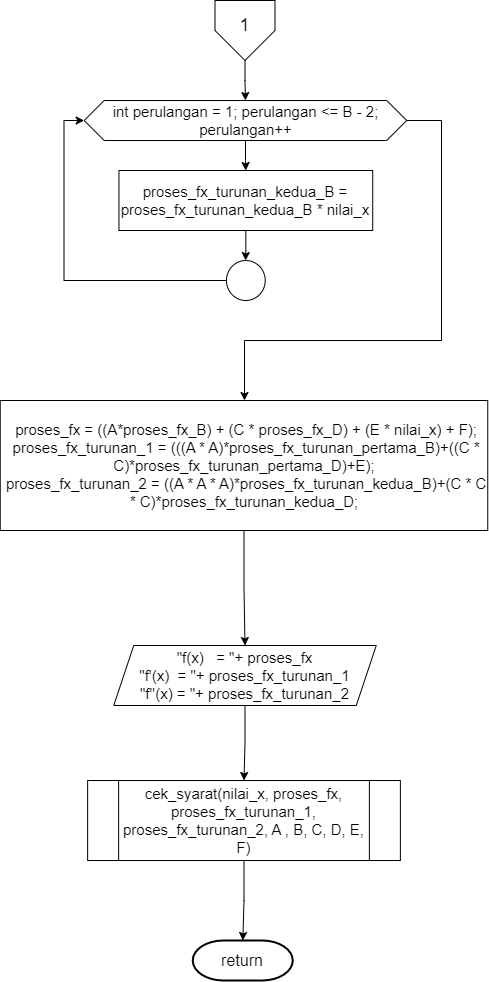
The draw.io diagram Page/page 3.png in indyadirak/algoritma-newton-raptor, before a commit. Source tidied: cells renumbered, new cells last; positions are measured from the earlier drawing's top-left corner, leaving out a move shared by most shapes.
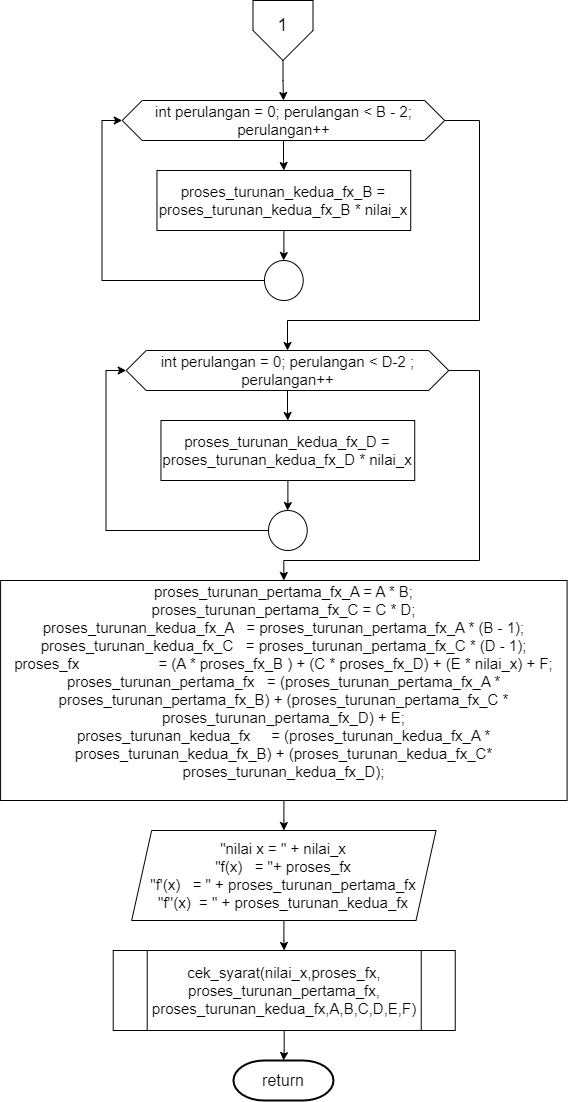
Above is the later version.

What changed in the source:
```diff
@@ -14,16 +14,16 @@
     <mxCell id="5" style="edgeStyle=orthogonalEdgeStyle;rounded=0;jettySize=auto;html=1;" parent="1" edge="1" source="7" target="9">
       <mxGeometry relative="1" as="geometry" />
     </mxCell>
-    <mxCell id="6" style="edgeStyle=orthogonalEdgeStyle;rounded=0;jettySize=auto;html=1;" parent="1" edge="1" source="7" target="13">
+    <mxCell id="6" style="edgeStyle=orthogonalEdgeStyle;rounded=0;jettySize=auto;html=1;fontSize=15;" parent="1" edge="1" source="7" target="21">
       <mxGeometry relative="1" as="geometry">
         <Array as="points">
           <mxPoint x="441" y="120" />
-          <mxPoint x="441" y="340" />
-          <mxPoint x="244" y="340" />
+          <mxPoint x="441" y="320" />
+          <mxPoint x="249" y="320" />
         </Array>
       </mxGeometry>
     </mxCell>
-    <mxCell id="7" value="&lt;span style=&quot;font-size: 15px;&quot;&gt;int perulangan = 1; perulangan &amp;lt;= B - 2; perulangan++&lt;/span&gt;" style="shape=hexagon;perimeter=hexagonPerimeter2;whiteSpace=wrap;html=1;fixedSize=1;fontSize=15;" parent="1" vertex="1">
+    <mxCell id="7" value="&lt;span style=&quot;font-size: 15px;&quot;&gt;int perulangan = 0; perulangan &amp;lt; B - 2; perulangan++&lt;/span&gt;" style="shape=hexagon;perimeter=hexagonPerimeter2;whiteSpace=wrap;html=1;fixedSize=1;fontSize=15;" parent="1" vertex="1">
       <mxGeometry x="83.7" y="100" width="322.5" height="40" as="geometry" />
     </mxCell>
     <mxCell id="8" style="edgeStyle=orthogonalEdgeStyle;rounded=0;jettySize=auto;html=1;" parent="1" edge="1" source="9">
@@ -31,7 +31,7 @@
         <mxPoint x="245.1" y="260" as="targetPoint" />
       </mxGeometry>
     </mxCell>
-    <mxCell id="9" value="&lt;span style=&quot;font-size: 15px;&quot;&gt;proses_fx_turunan_kedua_B = proses_fx_turunan_kedua_B * nilai_x&lt;/span&gt;" style="whiteSpace=wrap;html=1;fontSize=15;" parent="1" vertex="1">
+    <mxCell id="9" value="&lt;span style=&quot;font-size: 15px;&quot;&gt;proses_turunan_kedua_fx_B = proses_turunan_kedua_fx_B * nilai_x&lt;/span&gt;" style="whiteSpace=wrap;html=1;fontSize=15;" parent="1" vertex="1">
       <mxGeometry x="118.5" y="170" width="253.8" height="60" as="geometry" />
     </mxCell>
     <mxCell id="10" style="edgeStyle=orthogonalEdgeStyle;rounded=0;jettySize=auto;html=1;entryX=0;entryY=0.5;entryDx=0;entryDy=0;" parent="1" edge="1" target="7">
@@ -49,23 +49,58 @@
     <mxCell id="12" style="edgeStyle=orthogonalEdgeStyle;rounded=0;jettySize=auto;html=1;" parent="1" edge="1" source="13" target="15">
       <mxGeometry relative="1" as="geometry" />
     </mxCell>
-    <mxCell id="13" value="&lt;div&gt;&lt;span style=&quot;font-size: 15px;&quot;&gt;&amp;nbsp;proses_fx = ((A*proses_fx_B) + (C * proses_fx_D) + (E * nilai_x) + F);&lt;/span&gt;&lt;/div&gt;&lt;div&gt;&lt;span style=&quot;font-size: 15px;&quot;&gt;&amp;nbsp;proses_fx_turunan_1 = (((A * A)*proses_fx_turunan_pertama_B)+((C * C)*proses_fx_turunan_pertama_D)+E);&lt;/span&gt;&lt;/div&gt;&lt;div&gt;&lt;span style=&quot;font-size: 15px;&quot;&gt;&amp;nbsp;proses_fx_turunan_2 = ((A * A * A)*proses_fx_turunan_kedua_B)+(C * C * C)*proses_fx_turunan_kedua_D;&lt;/span&gt;&lt;/div&gt;" style="whiteSpace=wrap;html=1;fontSize=15;" parent="1" vertex="1">
-      <mxGeometry x="-0.2" y="400" width="487.5" height="130" as="geometry" />
+    <mxCell id="13" value="&lt;div&gt;&lt;span style=&quot;font-size: 15px;&quot;&gt;proses_turunan_pertama_fx_A = A * B;&lt;/span&gt;&lt;/div&gt;&lt;div&gt;&lt;span style=&quot;font-size: 15px;&quot;&gt;proses_turunan_pertama_fx_C = C * D;&lt;/span&gt;&lt;/div&gt;&lt;div&gt;&lt;span style=&quot;font-size: 15px;&quot;&gt;proses_turunan_kedua_fx_A&amp;nbsp; &amp;nbsp;= proses_turunan_pertama_fx_A * (B - 1);&lt;/span&gt;&lt;/div&gt;&lt;div&gt;&lt;span style=&quot;font-size: 15px;&quot;&gt;proses_turunan_kedua_fx_C&amp;nbsp; &amp;nbsp;= proses_turunan_pertama_fx_C * (D - 1);&lt;/span&gt;&lt;/div&gt;&lt;div&gt;&lt;span style=&quot;font-size: 15px;&quot;&gt;proses_fx&amp;nbsp; &amp;nbsp; &amp;nbsp; &amp;nbsp; &amp;nbsp; &amp;nbsp; &amp;nbsp; &amp;nbsp; &amp;nbsp; &amp;nbsp;= (A * proses_fx_B ) + (C * proses_fx_D) + (E * nilai_x) + F;&lt;/span&gt;&lt;/div&gt;&lt;div&gt;&lt;span style=&quot;font-size: 15px;&quot;&gt;proses_turunan_pertama_fx&amp;nbsp; &amp;nbsp;= (proses_turunan_pertama_fx_A * proses_turunan_pertama_fx_B) + (proses_turunan_pertama_fx_C * proses_turunan_pertama_fx_D) + E;&lt;/span&gt;&lt;/div&gt;&lt;div&gt;&lt;span style=&quot;font-size: 15px;&quot;&gt;proses_turunan_kedua_fx&amp;nbsp; &amp;nbsp; &amp;nbsp;= (proses_turunan_kedua_fx_A * proses_turunan_kedua_fx_B) + (proses_turunan_kedua_fx_C* proses_turunan_kedua_fx_D);&lt;/span&gt;&lt;/div&gt;&lt;div&gt;&lt;br&gt;&lt;/div&gt;" style="whiteSpace=wrap;html=1;fontSize=15;" parent="1" vertex="1">
+      <mxGeometry x="-37.9" y="580" width="566.5" height="220" as="geometry" />
     </mxCell>
     <mxCell id="14" style="edgeStyle=orthogonalEdgeStyle;rounded=0;jettySize=auto;html=1;" parent="1" edge="1" source="15" target="18">
       <mxGeometry relative="1" as="geometry" />
     </mxCell>
-    <mxCell id="15" value="&lt;div&gt;&lt;span style=&quot;font-size: 15px;&quot;&gt;&quot;f(x)&amp;nbsp; &amp;nbsp;= &quot;+ proses_fx&lt;/span&gt;&lt;/div&gt;&lt;div&gt;&lt;span style=&quot;font-size: 15px;&quot;&gt;&quot;f'(x)&amp;nbsp; = &quot;+ proses_fx_turunan_1&lt;/span&gt;&lt;/div&gt;&lt;div&gt;&lt;span style=&quot;font-size: 15px;&quot;&gt;&quot;f''(x) = &quot;+ proses_fx_turunan_2&lt;/span&gt;&lt;/div&gt;" style="shape=parallelogram;perimeter=parallelogramPerimeter;whiteSpace=wrap;html=1;fixedSize=1;fontSize=15;" parent="1" vertex="1">
-      <mxGeometry x="113.2" y="645" width="262.5" height="60" as="geometry" />
+    <mxCell id="15" value="&lt;div&gt;&lt;span style=&quot;font-size: 15px;&quot;&gt;&quot;nilai x = &quot; + nilai_x&lt;/span&gt;&lt;br&gt;&lt;/div&gt;&lt;div&gt;&lt;span style=&quot;font-size: 15px;&quot;&gt;&quot;f(x)&amp;nbsp; &amp;nbsp;= &quot;+ proses_fx&lt;/span&gt;&lt;/div&gt;&lt;div&gt;&lt;div&gt;&lt;span style=&quot;font-size: 15px;&quot;&gt;&quot;f'(x)&amp;nbsp; &amp;nbsp;= &quot; + proses_turunan_pertama_fx&lt;/span&gt;&lt;/div&gt;&lt;div&gt;&lt;span style=&quot;font-size: 15px;&quot;&gt;&quot;f''(x)&amp;nbsp; = &quot; + proses_turunan_kedua_fx&lt;/span&gt;&lt;/div&gt;&lt;/div&gt;" style="shape=parallelogram;perimeter=parallelogramPerimeter;whiteSpace=wrap;html=1;fixedSize=1;fontSize=15;" parent="1" vertex="1">
+      <mxGeometry x="93.2" y="830" width="304.4" height="90" as="geometry" />
     </mxCell>
     <mxCell id="16" value="&lt;font style=&quot;font-size: 16px;&quot;&gt;return&lt;/font&gt;" style="strokeWidth=2;html=1;shape=mxgraph.flowchart.terminator;whiteSpace=wrap;" parent="1" vertex="1">
-      <mxGeometry x="192.3" y="940" width="100" height="40" as="geometry" />
+      <mxGeometry x="195" y="1060" width="100" height="40" as="geometry" />
     </mxCell>
     <mxCell id="17" style="edgeStyle=orthogonalEdgeStyle;rounded=0;jettySize=auto;html=1;" parent="1" edge="1" source="18" target="16">
       <mxGeometry relative="1" as="geometry" />
     </mxCell>
-    <mxCell id="18" value="&lt;span style=&quot;font-size: 15px;&quot;&gt;cek_syarat(nilai_x, proses_fx, proses_fx_turunan_1, proses_fx_turunan_2, A , B, C, D, E, F)&lt;/span&gt;" style="shape=process;whiteSpace=wrap;html=1;backgroundOutline=1;fontSize=15;" parent="1" vertex="1">
-      <mxGeometry x="87.1" y="780" width="312.8" height="80" as="geometry" />
+    <mxCell id="18" value="&lt;span style=&quot;font-size: 15px;&quot;&gt;cek_syarat(nilai_x,proses_fx,&lt;br&gt;proses_turunan_pertama_fx, proses_turunan_kedua_fx,A,B,C,D,E,F)&lt;/span&gt;" style="shape=process;whiteSpace=wrap;html=1;backgroundOutline=1;fontSize=15;" parent="1" vertex="1">
+      <mxGeometry x="74.7" y="950" width="342" height="80" as="geometry" />
     </mxCell>
+    <mxCell id="19" style="edgeStyle=orthogonalEdgeStyle;rounded=0;jettySize=auto;html=1;" parent="1" edge="1" source="21" target="23">
+      <mxGeometry relative="1" as="geometry" />
+    </mxCell>
+    <mxCell id="20" style="edgeStyle=orthogonalEdgeStyle;rounded=0;jettySize=auto;html=1;fontSize=15;entryX=0.5;entryY=0;entryDx=0;entryDy=0;" parent="1" edge="1" source="21" target="13">
+      <mxGeometry relative="1" as="geometry">
+        <Array as="points">
+          <mxPoint x="441" y="370" />
+          <mxPoint x="441" y="560" />
+          <mxPoint x="245" y="560" />
+        </Array>
+      </mxGeometry>
+    </mxCell>
+    <mxCell id="21" value="&lt;span style=&quot;font-size: 15px;&quot;&gt;int perulangan = 0; perulangan &amp;lt; D-2 ; perulangan++&lt;/span&gt;" style="shape=hexagon;perimeter=hexagonPerimeter2;whiteSpace=wrap;html=1;fixedSize=1;fontSize=15;" parent="1" vertex="1">
+      <mxGeometry x="87.7" y="350" width="322.5" height="40" as="geometry" />
+    </mxCell>
+    <mxCell id="22" style="edgeStyle=orthogonalEdgeStyle;rounded=0;jettySize=auto;html=1;" parent="1" edge="1" source="23">
+      <mxGeometry relative="1" as="geometry">
+        <mxPoint x="249.1" y="510" as="targetPoint" />
+      </mxGeometry>
+    </mxCell>
+    <mxCell id="23" value="&lt;span style=&quot;font-size: 15px;&quot;&gt;proses_turunan_kedua_fx_D = proses_turunan_kedua_fx_D * nilai_x&lt;/span&gt;" style="whiteSpace=wrap;html=1;fontSize=15;" parent="1" vertex="1">
+      <mxGeometry x="122.5" y="420" width="253.8" height="60" as="geometry" />
+    </mxCell>
+    <mxCell id="24" style="edgeStyle=orthogonalEdgeStyle;rounded=0;jettySize=auto;html=1;entryX=0;entryY=0.5;entryDx=0;entryDy=0;" parent="1" edge="1" target="21">
+      <mxGeometry relative="1" as="geometry">
+        <mxPoint x="229.7" y="530" as="sourcePoint" />
+        <Array as="points">
+          <mxPoint x="67.5" y="530" />
+          <mxPoint x="67.5" y="370" />
+        </Array>
+      </mxGeometry>
+    </mxCell>
+    <mxCell id="25" style="ellipse;whiteSpace=wrap;html=1;fontSize=15;" parent="1" vertex="1">
+      <mxGeometry x="230" y="510" width="38.8" height="40" as="geometry" />
+    </mxCell>
   </root>
 </mxGraphModel>
```
